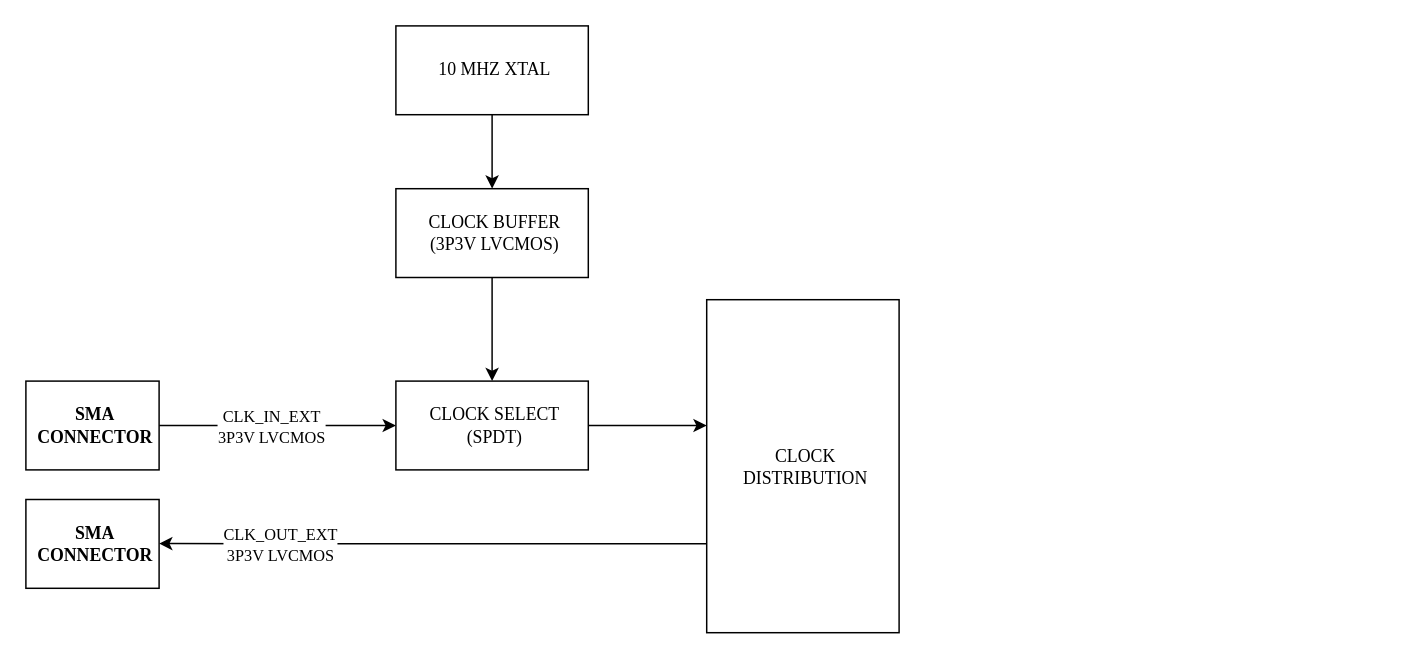
Earlier version of the draw.io diagram page "Clocking" (3 of 4) of 1_hw/01_block_diagram/arb.drawio (brzyzek/arb). Source tidied: cells renumbered, new cells numbered last; positions are measured from the earlier drawing's top-left corner, leaving out a move shared by most shapes. Both pictures are drawn from the tidied source at 148%, with x=0, y=0 at pixel (25, 25).
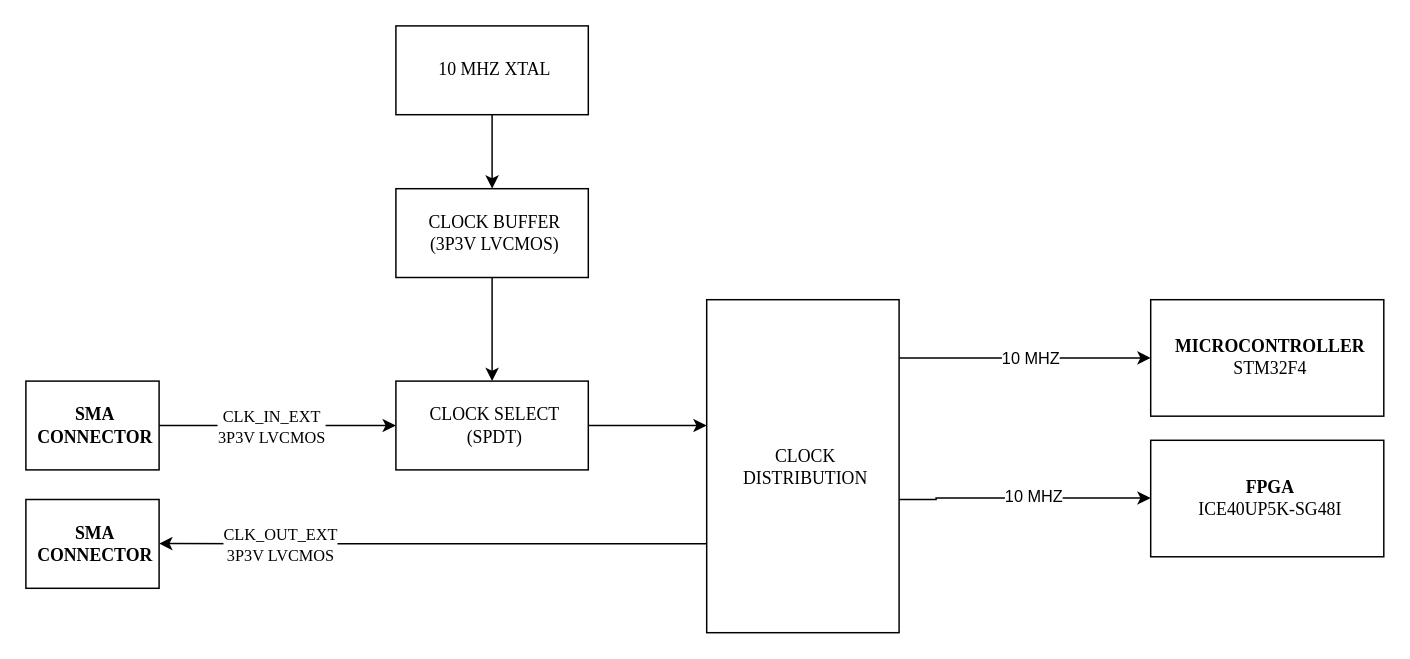
The same diagram, later.

Commit message (it also covers changes not shown here):
FEAT: Finished Excel Pin Map for FPGA.

Unchanged cells that the change refers to:
```xml
<mxCell id="14" value="&lt;span style=&quot;font-weight: 400;&quot;&gt;CLOCK DISTRIBUTION&lt;/span&gt;" style="rounded=0;whiteSpace=wrap;html=1;align=center;verticalAlign=middle;labelPosition=center;verticalLabelPosition=middle;spacing=2;spacingLeft=4;fontFamily=Times New Roman;fontStyle=1;" parent="1" vertex="1">
  <mxGeometry x="460" y="185" width="130" height="225" as="geometry" />
</mxCell>
```

Diff of the diagram source:
```diff
@@
+    <mxCell id="15" style="edgeStyle=orthogonalEdgeStyle;rounded=0;jettySize=auto;html=1;" parent="1" edge="1" source="14" target="20">
+      <mxGeometry relative="1" as="geometry">
+        <Array as="points">
+          <mxPoint x="615" y="320" />
+          <mxPoint x="615" y="319" />
+        </Array>
+      </mxGeometry>
+    </mxCell>
+    <mxCell id="16" value="10 MHZ" style="edgeLabel;html=1;align=center;verticalAlign=middle;" parent="15" vertex="1">
+      <mxGeometry x="0.07" y="2" relative="1" as="geometry" />
+    </mxCell>
+    <mxCell id="17" style="edgeStyle=orthogonalEdgeStyle;rounded=0;jettySize=auto;html=1;entryX=0;entryY=0.5;entryDx=0;entryDy=0;" parent="1" edge="1" source="14" target="19">
+      <mxGeometry relative="1" as="geometry">
+        <Array as="points">
+          <mxPoint x="615" y="224" />
+        </Array>
+      </mxGeometry>
+    </mxCell>
+    <mxCell id="18" value="10 MHZ" style="edgeLabel;html=1;align=center;verticalAlign=middle;" parent="17" vertex="1">
+      <mxGeometry x="0.05" relative="1" as="geometry" />
+    </mxCell>
@@
+    <mxCell id="19" value="&lt;font&gt;&lt;font&gt;&lt;b style=&quot;&quot;&gt;MICROCONTROLLER&lt;br&gt;&lt;/b&gt;STM32F4&lt;/font&gt;&lt;/font&gt;" style="rounded=0;whiteSpace=wrap;html=1;align=center;verticalAlign=middle;labelPosition=center;verticalLabelPosition=middle;spacing=2;spacingLeft=4;fontFamily=Times New Roman;" parent="1" vertex="1">
+      <mxGeometry x="760" y="185" width="157.5" height="78.7" as="geometry" />
+    </mxCell>
+    <mxCell id="20" value="&lt;font&gt;&lt;b&gt;FPGA&lt;/b&gt;&lt;/font&gt;&lt;div&gt;&lt;font&gt;ICE40UP5K-SG48I&lt;/font&gt;&lt;/div&gt;" style="rounded=0;whiteSpace=wrap;html=1;align=center;verticalAlign=middle;labelPosition=center;verticalLabelPosition=middle;spacing=2;spacingLeft=4;fontFamily=Times New Roman;" parent="1" vertex="1">
+      <mxGeometry x="760" y="280" width="157.5" height="78.7" as="geometry" />
+    </mxCell>
```
